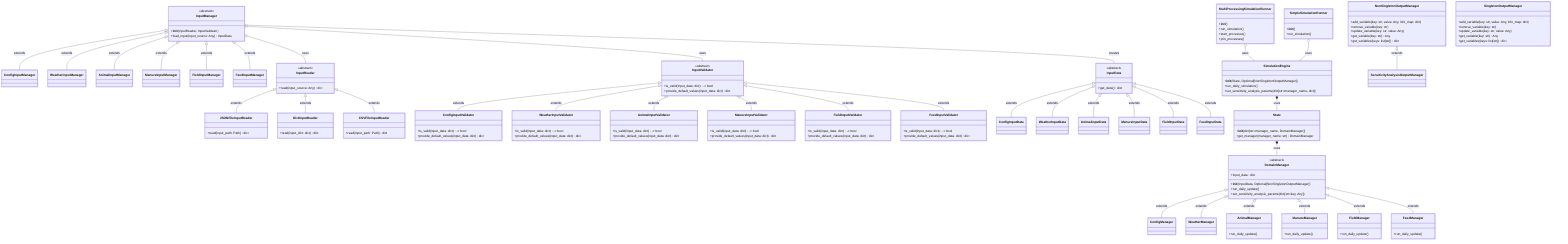
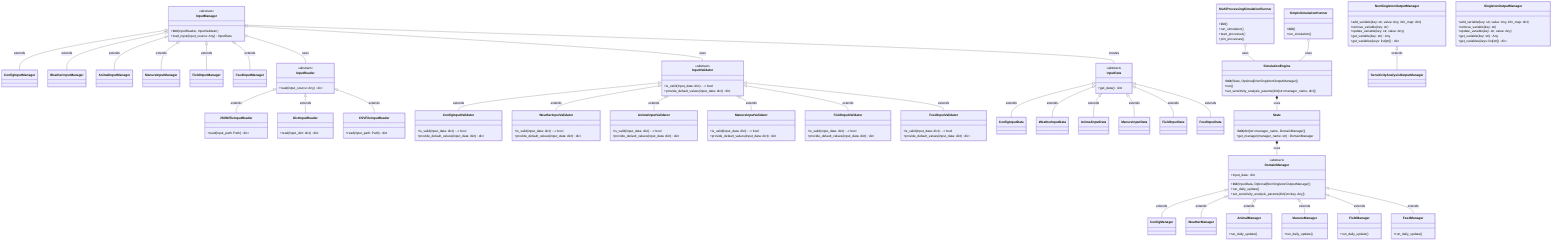
classDiagram
    InputManager <|-- ConfigInputManager : extends
    InputManager <|-- WeatherInputManager : extends
    InputManager <|-- AnimalInputManager : extends
    InputManager <|-- ManureInputManager : extends
    InputManager <|-- FieldInputManager : extends
    InputManager <|-- FeedInputManager : extends
    InputManager o-- InputData : creates
    InputManager o-- InputReader : uses
    InputManager o-- InputValidator : uses

    InputReader <|-- JSONFileInputReader : extends
    InputReader <|-- DictInputReader : extends
    InputReader <|-- CSVFileInputReader : extends

    InputValidator <|-- ConfigInputValidator : extends
    InputValidator <|-- WeatherInputValidator : extends
    InputValidator <|-- AnimalInputValidator : extends
    InputValidator <|-- ManureInputValidator : extends
    InputValidator <|-- FieldInputValidator : extends
    InputValidator <|-- FeedInputValidator  : extends

    InputData <|-- ConfigInputData : extends
    InputData <|-- WeatherInputData : extends
    InputData <|-- AnimalInputData : extends
    InputData <|-- ManureInputData : extends
    InputData <|-- FieldInputData : extends
    InputData <|-- FeedInputData : extends

%% Comment these out to make the diagram more readable
%%    ConfigManager *-- ConfigInputData : uses
%%    WeatherManager *-- WeatherInputData : uses
%%    AnimalManager *-- AnimalInputData : uses
%%    ManureManager *-- ManureInputData : uses
%%    FieldManager *-- FieldInputData : uses
%%    FeedManager *-- FeedInputData : uses

    DomainManager <|-- ConfigManager : extends
    DomainManager <|-- WeatherManager : extends
    DomainManager <|-- AnimalManager : extends
    DomainManager <|-- ManureManager : extends
    DomainManager <|-- FieldManager : extends
    DomainManager <|-- FeedManager : extends

    State *-- DomainManager : uses

    SimulationEngine *-- State : uses
    MultiProcessingSimulationRunner o-- SimulationEngine : uses
    SimpleSimulationRunner o-- SimulationEngine : uses

    NonSingletonOutputManager <|-- SensitivityAnalysisOutputManager : extends

    class InputManager {
        <<abstract>>
        +__init__(InputReader, InputValidator)
        +load_input(input_source: Any) InputData
    }

    class InputReader {
        <<abstract>>
        +read(input_source: Any) dict
    }

    class JSONFileInputReader {
        +read(input_path: Path) dict
    }

    class DictInputReader {
        +read(input_dict: dict) dict
    }

    class CSVFileInputReader {
        +read(input_path: Path) dict
    }

    class InputValidator {
        <<abstract>>
        +is_valid(input_data: dict) -> bool
        +provide_default_values(input_data: dict) dict
    }

    class ConfigInputValidator {
        +is_valid(input_data: dict) -> bool
        +provide_default_values(input_data: dict) dict
    }

    class WeatherInputValidator {
        +is_valid(input_data: dict) -> bool
        +provide_default_values(input_data: dict) dict
    }

    class AnimalInputValidator {
        +is_valid(input_data: dict) -> bool
        +provide_default_values(input_data: dict) dict
    }

    class ManureInputValidator {
        +is_valid(input_data: dict) -> bool
        +provide_default_values(input_data: dict) dict
    }

    class FieldInputValidator {
        +is_valid(input_data: dict) -> bool
        +provide_default_values(input_data: dict) dict
    }

    class FeedInputValidator {
        +is_valid(input_data: dict) -> bool
        +provide_default_values(input_data: dict) dict
    }

    class InputData {
        <<abstract>>
        +get_data() dict
    }

    class DomainManager {
        <<abstract>>
        +input_data : dict
        +__init__(InputData, Optional[NonSingletonOutputManager])
        +run_daily_update()
        +set_sensitivity_analysis_params(dict[str=key, Any])
    }

    class AnimalManager {
        +run_daily_update()
    }

    class ManureManager {
        +run_daily_update()
    }

    class FieldManager {
        +run_daily_update()
    }

    class FeedManager {
        +run_daily_update()
    }

    class State {
        +__init__(dict[str=manager_name, DomainManager])
        +get_manager(manager_name: str) DomainManager
    }

    class SimulationEngine {
        +__init__(State, Optional[NonSingletonOutputManager])
-         +run_daily_simulation()
+         +run()
        +set_sensitivity_analysis_params(dict[str=manager_name, dict])
    }

    class NonSingletonOutputManager {
        +add_variable(key: str, value: Any, info_map: dict)
        +remove_variable(key: str)
        +update_variable(key: str, value: Any)
        +get_variable(key: str) Any
        +get_variables(keys: list[str]) dict
    }

    class SingletonOutputManager {
        +add_variable(key: str, value: Any, info_map: dict)
        +remove_variable(key: str)
        +update_variable(key: str, value: Any)
        +get_variable(key: str) Any
        +get_variables(keys: list[str]) dict
    }

    class SimpleSimulationRunner {
%%        Add more details later
        +__init__()
        +run_simulation()
    }

    class MultiProcessingSimulationRunner {
%%        Uncomment later
%%        +__init__(simulation_params_list: list[tuple[State, Optional[NonSingletonOutputManager]]], sensitivity_analysis_params_list: list[dict[str=manager_name, dict]])
%%        +run_simulation(simulation_params, sensitivity_analysis_params)
        +__init__()
        +run_simulation()
        +start_processes()
        +join_processes()
    }

